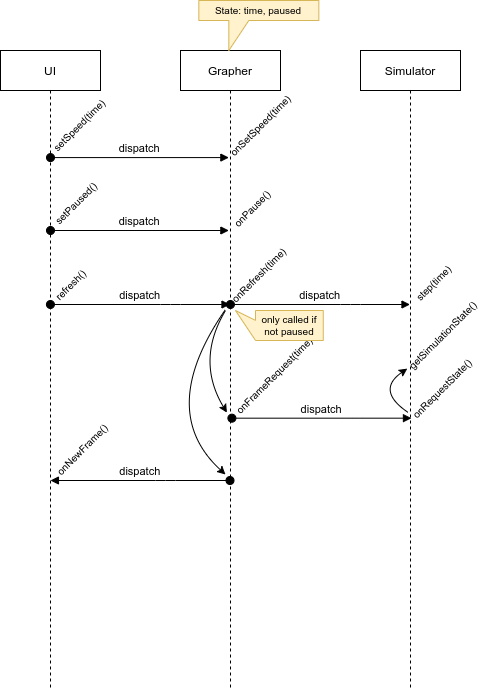
Before: design/diagrams/sequence/graph sequence.png, a diagram exported from draw.io (EmmanuelMess/ConstraintBasedSimulator). Source tidied: cells renumbered, new cells last; positions are measured from the earlier drawing's top-left corner, leaving out a move shared by most shapes.
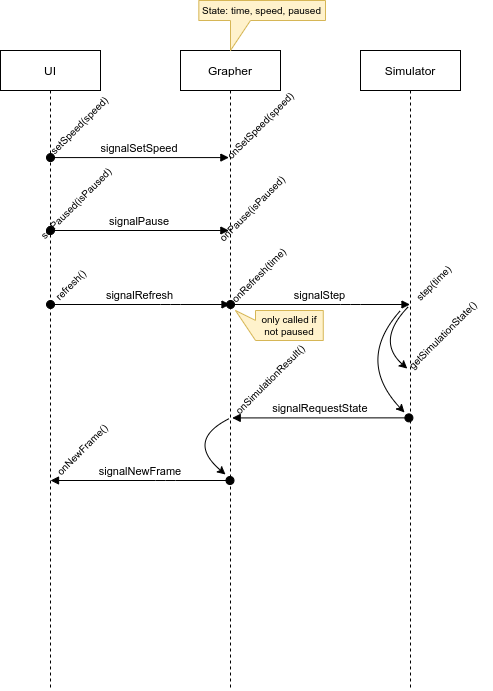
After the commit.

Commit message:
Update sequence diagram to work better

What changed in the source:
```diff
@@ -14,26 +14,26 @@
     <mxCell id="5" value="Simulator" style="shape=umlLifeline;perimeter=lifelinePerimeter;rounded=0;shadow=0;strokeWidth=1;" parent="1" vertex="1">
       <mxGeometry x="360" y="50" width="100" height="640" as="geometry" />
     </mxCell>
-    <mxCell id="6" value="dispatch" style="verticalAlign=bottom;startArrow=oval;endArrow=block;startSize=8;shadow=0;strokeWidth=1;strokeColor=default;" parent="1" edge="1" source="2" target="4">
+    <mxCell id="6" value="signalRefresh" style="verticalAlign=bottom;startArrow=oval;endArrow=block;startSize=8;shadow=0;strokeWidth=1;strokeColor=default;" parent="1" edge="1" source="2" target="4">
       <mxGeometry relative="1" as="geometry">
         <Array as="points">
           <mxPoint x="170" y="304" />
         </Array>
       </mxGeometry>
     </mxCell>
-    <mxCell id="7" value="&lt;font style=&quot;font-size: 10px;&quot;&gt;setSpeed(time)&lt;/font&gt;" style="text;html=1;strokeColor=none;fillColor=none;align=center;verticalAlign=middle;whiteSpace=wrap;rounded=0;rotation=-45;" parent="1" vertex="1">
+    <mxCell id="7" value="&lt;font style=&quot;font-size: 10px;&quot;&gt;setSpeed(speed)&lt;/font&gt;" style="text;html=1;strokeColor=none;fillColor=none;align=center;verticalAlign=middle;whiteSpace=wrap;rounded=0;rotation=-45;" parent="1" vertex="1">
       <mxGeometry x="36" y="110" width="85.9" height="30" as="geometry" />
     </mxCell>
-    <mxCell id="8" value="dispatch" style="verticalAlign=bottom;startArrow=oval;endArrow=block;startSize=8;shadow=0;strokeWidth=1;entryX=0.483;entryY=0.233;entryDx=0;entryDy=0;entryPerimeter=0;" parent="1" edge="1">
+    <mxCell id="8" value="signalSetSpeed" style="verticalAlign=bottom;startArrow=oval;endArrow=block;startSize=8;shadow=0;strokeWidth=1;entryX=0.483;entryY=0.233;entryDx=0;entryDy=0;entryPerimeter=0;" parent="1" edge="1">
       <mxGeometry relative="1" as="geometry">
         <mxPoint x="50" y="157.1" as="sourcePoint" />
         <mxPoint x="228.4" y="157.1" as="targetPoint" />
       </mxGeometry>
     </mxCell>
-    <mxCell id="9" value="&lt;font style=&quot;font-size: 10px;&quot;&gt;setPaused()&lt;/font&gt;" style="text;html=1;strokeColor=none;fillColor=none;align=center;verticalAlign=middle;whiteSpace=wrap;rounded=0;rotation=-45;" parent="1" vertex="1">
+    <mxCell id="9" value="&lt;font style=&quot;font-size: 10px;&quot;&gt;setPaused(isPaused)&lt;/font&gt;" style="text;html=1;strokeColor=none;fillColor=none;align=center;verticalAlign=middle;whiteSpace=wrap;rounded=0;rotation=-45;" parent="1" vertex="1">
       <mxGeometry x="38.9" y="188.3" width="73.8" height="30" as="geometry" />
     </mxCell>
-    <mxCell id="10" value="dispatch" style="verticalAlign=bottom;startArrow=oval;endArrow=block;startSize=8;shadow=0;strokeWidth=1;entryX=0.483;entryY=0.233;entryDx=0;entryDy=0;entryPerimeter=0;" parent="1" edge="1">
+    <mxCell id="10" value="signalPause" style="verticalAlign=bottom;startArrow=oval;endArrow=block;startSize=8;shadow=0;strokeWidth=1;entryX=0.483;entryY=0.233;entryDx=0;entryDy=0;entryPerimeter=0;" parent="1" edge="1">
       <mxGeometry relative="1" as="geometry">
         <mxPoint x="50" y="230" as="sourcePoint" />
         <mxPoint x="228.4" y="230" as="targetPoint" />
@@ -42,7 +42,7 @@
     <mxCell id="11" value="&lt;font style=&quot;font-size: 10px;&quot;&gt;onRefresh(time)&lt;/font&gt;" style="text;html=1;strokeColor=none;fillColor=none;align=center;verticalAlign=middle;whiteSpace=wrap;rounded=0;rotation=-45;" parent="1" vertex="1">
       <mxGeometry x="218.5" y="260.5" width="80" height="30" as="geometry" />
     </mxCell>
-    <mxCell id="12" value="dispatch" style="verticalAlign=bottom;startArrow=oval;endArrow=block;startSize=8;shadow=0;strokeWidth=1;" parent="1" edge="1" source="4" target="5">
+    <mxCell id="12" value="signalStep" style="verticalAlign=bottom;startArrow=oval;endArrow=block;startSize=8;shadow=0;strokeWidth=1;" parent="1" edge="1" source="4" target="5">
       <mxGeometry relative="1" as="geometry">
         <Array as="points">
           <mxPoint x="350.1" y="304" />
@@ -52,39 +52,30 @@
     <mxCell id="13" value="&lt;font style=&quot;font-size: 10px;&quot;&gt;step(time)&lt;/font&gt;" style="text;html=1;strokeColor=none;fillColor=none;align=center;verticalAlign=middle;whiteSpace=wrap;rounded=0;rotation=-45;" parent="1" vertex="1">
       <mxGeometry x="402.9" y="267.5" width="60" height="30" as="geometry" />
     </mxCell>
-    <mxCell id="14" value="&lt;font style=&quot;font-size: 10px;&quot;&gt;onFrameRequest(time)&lt;/font&gt;" style="text;html=1;strokeColor=none;fillColor=none;align=center;verticalAlign=middle;whiteSpace=wrap;rounded=0;rotation=-45;" parent="1" vertex="1">
-      <mxGeometry x="214.1" y="360" width="120" height="30" as="geometry" />
+    <mxCell id="14" value="&lt;font style=&quot;font-size: 10px;&quot;&gt;onSimulationResult()&lt;/font&gt;" style="text;html=1;strokeColor=none;fillColor=none;align=center;verticalAlign=middle;whiteSpace=wrap;rounded=0;rotation=-45;" parent="1" vertex="1">
+      <mxGeometry x="215.9" y="364.2" width="108.1" height="30" as="geometry" />
     </mxCell>
-    <mxCell id="15" value="dispatch" style="verticalAlign=bottom;startArrow=oval;endArrow=block;startSize=8;shadow=0;strokeWidth=1;" parent="1" edge="1">
-      <mxGeometry relative="1" as="geometry">
-        <mxPoint x="231.4" y="417.7" as="sourcePoint" />
-        <mxPoint x="411" y="417.7" as="targetPoint" />
-        <Array as="points">
-          <mxPoint x="351.5" y="417.7" />
-        </Array>
-      </mxGeometry>
+    <mxCell id="15" value="signalRequestState" style="verticalAlign=bottom;startArrow=oval;endArrow=block;startSize=8;shadow=0;strokeWidth=1;exitX=0.484;exitY=0.574;exitDx=0;exitDy=0;exitPerimeter=0;entryX=0;entryY=0.5;entryDx=0;entryDy=0;" parent="1" edge="1" source="5" target="14">
+      <mxGeometry relative="1" as="geometry" />
     </mxCell>
-    <mxCell id="16" value="&lt;font style=&quot;font-size: 10px;&quot;&gt;onRequestState()&lt;/font&gt;" style="text;html=1;strokeColor=none;fillColor=none;align=center;verticalAlign=middle;whiteSpace=wrap;rounded=0;rotation=-45;" parent="1" vertex="1">
-      <mxGeometry x="401.1" y="373.3" width="82.3" height="30" as="geometry" />
-    </mxCell>
-    <mxCell id="17" style="curved=1;endArrow=classic;html=1;rounded=0;fontSize=10;entryX=0.053;entryY=0.444;entryDx=0;entryDy=0;entryPerimeter=0;exitX=0;exitY=0.25;exitDx=0;exitDy=0;" parent="1" edge="1" source="16" target="18">
+    <mxCell id="17" style="curved=1;endArrow=classic;html=1;rounded=0;fontSize=10;entryX=0.053;entryY=0.444;entryDx=0;entryDy=0;entryPerimeter=0;exitX=0.48;exitY=0.4;exitDx=0;exitDy=0;exitPerimeter=0;" parent="1" edge="1" source="5" target="18">
       <mxGeometry relative="1" as="geometry">
         <Array as="points">
-          <mxPoint x="375" y="390" />
+          <mxPoint x="375" y="340" />
         </Array>
       </mxGeometry>
     </mxCell>
     <mxCell id="18" value="&lt;font style=&quot;font-size: 10px;&quot;&gt;getSimulationState()&lt;/font&gt;" style="text;html=1;strokeColor=none;fillColor=none;align=center;verticalAlign=middle;whiteSpace=wrap;rounded=0;rotation=-45;" parent="1" vertex="1">
       <mxGeometry x="388" y="320" width="108.5" height="30" as="geometry" />
     </mxCell>
-    <mxCell id="19" value="&lt;span style=&quot;font-size: 10px;&quot;&gt;onPause()&lt;/span&gt;" style="text;html=1;strokeColor=none;fillColor=none;align=center;verticalAlign=middle;whiteSpace=wrap;rounded=0;rotation=-45;" parent="1" vertex="1">
+    <mxCell id="19" value="&lt;span style=&quot;font-size: 10px;&quot;&gt;onPause(isPaused)&lt;/span&gt;" style="text;html=1;strokeColor=none;fillColor=none;align=center;verticalAlign=middle;whiteSpace=wrap;rounded=0;rotation=-45;" parent="1" vertex="1">
       <mxGeometry x="221.3" y="192.7" width="61.5" height="30" as="geometry" />
     </mxCell>
-    <mxCell id="20" value="&lt;span style=&quot;font-size: 10px;&quot;&gt;onSetSpeed(time)&lt;/span&gt;" style="text;html=1;strokeColor=none;fillColor=none;align=center;verticalAlign=middle;whiteSpace=wrap;rounded=0;rotation=-45;" parent="1" vertex="1">
+    <mxCell id="20" value="&lt;span style=&quot;font-size: 10px;&quot;&gt;onSetSpeed(speed)&lt;/span&gt;" style="text;html=1;strokeColor=none;fillColor=none;align=center;verticalAlign=middle;whiteSpace=wrap;rounded=0;rotation=-45;" parent="1" vertex="1">
       <mxGeometry x="211.2" y="110" width="98.1" height="30" as="geometry" />
     </mxCell>
-    <mxCell id="21" value="State: time, paused" style="shape=callout;whiteSpace=wrap;html=1;perimeter=calloutPerimeter;fontSize=10;size=30;position=0.25;position2=0.25;fillColor=#fff2cc;strokeColor=#d6b656;" parent="1" vertex="1">
-      <mxGeometry x="198.3" width="120" height="50" as="geometry" />
+    <mxCell id="21" value="State: time, speed, paused" style="shape=callout;whiteSpace=wrap;html=1;perimeter=calloutPerimeter;fontSize=10;size=30;position=0.25;position2=0.25;fillColor=#fff2cc;strokeColor=#d6b656;" parent="1" vertex="1">
+      <mxGeometry x="198.3" width="126.7" height="50" as="geometry" />
     </mxCell>
     <mxCell id="22" value="only called if not paused" style="shape=callout;whiteSpace=wrap;html=1;perimeter=calloutPerimeter;fontSize=10;direction=south;position2=0;fillColor=#fff2cc;strokeColor=#d6b656;size=20;position=0.33;base=20;" parent="1" vertex="1">
       <mxGeometry x="235" y="310" width="87.8" height="30" as="geometry" />
@@ -92,29 +83,29 @@
     <mxCell id="23" value="&lt;font style=&quot;font-size: 10px;&quot;&gt;onNewFrame()&lt;/font&gt;" style="text;html=1;strokeColor=none;fillColor=none;align=center;verticalAlign=middle;whiteSpace=wrap;rounded=0;rotation=-45;" parent="1" vertex="1">
       <mxGeometry x="37.5" y="433.6" width="89" height="30" as="geometry" />
     </mxCell>
-    <mxCell id="24" style="curved=1;endArrow=classic;html=1;rounded=0;fontSize=10;entryX=0;entryY=0.25;entryDx=0;entryDy=0;" parent="1" edge="1" target="14">
-      <mxGeometry relative="1" as="geometry">
-        <mxPoint x="225" y="310" as="sourcePoint" />
-        <Array as="points">
-          <mxPoint x="195" y="360" />
-        </Array>
-      </mxGeometry>
-    </mxCell>
-    <mxCell id="25" value="dispatch" style="verticalAlign=bottom;startArrow=oval;endArrow=block;startSize=8;shadow=0;strokeWidth=1;strokeColor=default;" parent="1" edge="1" source="4" target="2">
+    <mxCell id="25" value="signalNewFrame" style="verticalAlign=bottom;startArrow=oval;endArrow=block;startSize=8;shadow=0;strokeWidth=1;strokeColor=default;" parent="1" edge="1" source="4" target="2">
       <mxGeometry relative="1" as="geometry">
         <Array as="points">
           <mxPoint x="165" y="480" />
         </Array>
       </mxGeometry>
     </mxCell>
-    <mxCell id="26" style="curved=1;endArrow=classic;html=1;rounded=0;fontSize=10;" parent="1" edge="1">
+    <mxCell id="26" style="curved=1;endArrow=classic;html=1;rounded=0;fontSize=10;exitX=0.489;exitY=0.575;exitDx=0;exitDy=0;exitPerimeter=0;" parent="1" edge="1" source="4">
       <mxGeometry relative="1" as="geometry">
-        <mxPoint x="225" y="309" as="sourcePoint" />
         <mxPoint x="225" y="474" as="targetPoint" />
         <Array as="points">
-          <mxPoint x="155" y="410" />
+          <mxPoint x="185" y="440" />
         </Array>
       </mxGeometry>
     </mxCell>
+    <mxCell id="27" style="curved=1;endArrow=classic;html=1;rounded=0;fontSize=10;" parent="1" edge="1">
+      <mxGeometry relative="1" as="geometry">
+        <mxPoint x="400" y="310" as="sourcePoint" />
+        <mxPoint x="404" y="412" as="targetPoint" />
+        <Array as="points">
+          <mxPoint x="355" y="360" />
+        </Array>
+      </mxGeometry>
+    </mxCell>
   </root>
 </mxGraphModel>
```
